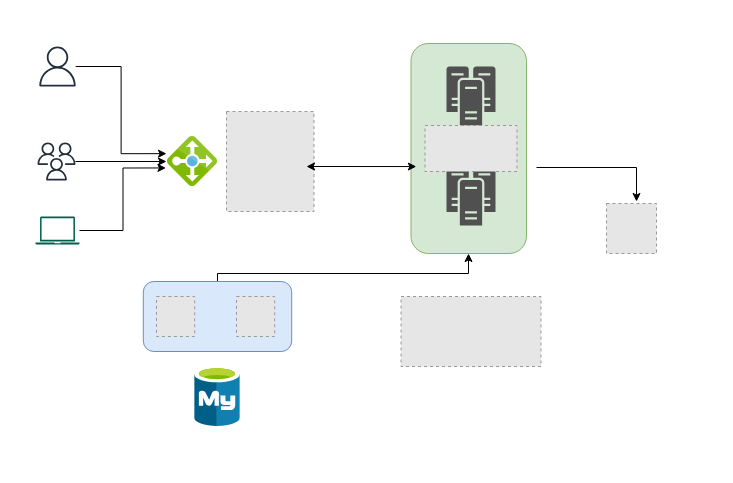
Before: basic_java.drawio in kmlhtpgl/basic_java_app, a draw.io diagram. Source tidied: cells renumbered, new cells numbered last; positions are measured from the earlier drawing's top-left corner, leaving out a move shared by most shapes. Both pictures are drawn from the tidied source at 100%, with x=0, y=0 at pixel (35, 43). Pictures stored in the file or linked from it are replaced by grey dashed boxes.
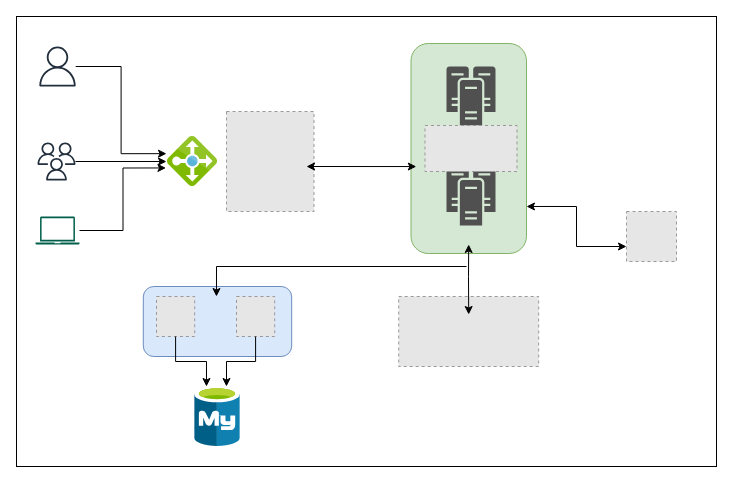
Above is the later version.

The change refers to these unchanged cells:
```xml
<mxCell id="5" style="rounded=1;whiteSpace=wrap;html=1;fillColor=#d5e8d4;strokeColor=#82b366;" parent="1" vertex="1">
  <mxGeometry x="375.5" width="115.5" height="210" as="geometry" />
</mxCell>
<mxCell id="17" style="fillColor=#E6E6E6;strokeColor=#999999;dashed=1;verticalLabelPosition=bottom;verticalAlign=top;" parent="1" vertex="1">
  <mxGeometry x="121" y="253" width="38.2" height="40" as="geometry" />
</mxCell>
<mxCell id="18" style="fillColor=#E6E6E6;strokeColor=#999999;dashed=1;verticalLabelPosition=bottom;verticalAlign=top;" parent="1" vertex="1">
  <mxGeometry x="201" y="253" width="38.2" height="40" as="geometry" />
</mxCell>
```

The edit, as a diff of the source:
```diff
@@
-    <mxCell id="2" style="edgeStyle=orthogonalEdgeStyle;rounded=0;jettySize=auto;html=1;exitX=0.5;exitY=0;exitDx=0;exitDy=0;" parent="1" edge="1" source="3" target="5">
-      <mxGeometry relative="1" as="geometry">
-        <Array as="points">
-          <mxPoint x="182" y="230" />
-          <mxPoint x="433" y="230" />
-        </Array>
-      </mxGeometry>
-    </mxCell>
     <mxCell id="3" style="rounded=1;whiteSpace=wrap;html=1;fillColor=#dae8fc;strokeColor=#6c8ebf;" parent="1" vertex="1">
-      <mxGeometry x="107.8" y="238" width="148.4" height="70" as="geometry" />
+      <mxGeometry x="107.8" y="243" width="148.4" height="70" as="geometry" />
     </mxCell>
-    <mxCell id="4" style="edgeStyle=orthogonalEdgeStyle;rounded=0;orthogonalLoop=1;jettySize=auto;html=1;" parent="1" edge="1">
-      <mxGeometry relative="1" as="geometry">
-        <mxPoint x="501" y="124" as="sourcePoint" />
-        <mxPoint x="601" y="158" as="targetPoint" />
-        <Array as="points">
-          <mxPoint x="601" y="124" />
-        </Array>
-      </mxGeometry>
-    </mxCell>
@@
     <mxCell id="15" style="fillColor=#E6E6E6;strokeColor=#999999;dashed=1;html=1;verticalAlign=top;verticalLabelPosition=bottom;labelBackgroundColor=#ffffff;" parent="1" vertex="1">
-      <mxGeometry x="571" y="160" width="50" height="50" as="geometry" />
+      <mxGeometry x="591" y="168" width="50" height="50" as="geometry" />
     </mxCell>
     <mxCell id="16" style="fillColor=#E6E6E6;strokeColor=#999999;dashed=1;verticalLabelPosition=bottom;verticalAlign=top;" parent="1" vertex="1">
-      <mxGeometry x="365.5" y="253" width="140" height="70" as="geometry" />
+      <mxGeometry x="363.2" y="253" width="140" height="70" as="geometry" />
     </mxCell>
@@
     <mxCell id="19" style="image;sketch=0;html=1;points=[];align=center;fontSize=12;image=img/lib/mscae/Azure_Database_for_MySQL_servers.svg;" parent="1" vertex="1">
-      <mxGeometry x="159.2" y="323" width="45.6" height="60" as="geometry" />
+      <mxGeometry x="159.2" y="343" width="45.6" height="60" as="geometry" />
     </mxCell>
@@
+    <mxCell id="23" style="edgeStyle=orthogonalEdgeStyle;rounded=0;jettySize=auto;html=1;exitX=0.5;exitY=1;exitDx=0;exitDy=0;entryX=0.258;entryY=0;entryDx=0;entryDy=0;entryPerimeter=0;" parent="1" edge="1" source="17" target="19">
+      <mxGeometry relative="1" as="geometry" />
+    </mxCell>
+    <mxCell id="24" style="edgeStyle=orthogonalEdgeStyle;rounded=0;jettySize=auto;html=1;exitX=0.5;exitY=1;exitDx=0;exitDy=0;entryX=0.697;entryY=0;entryDx=0;entryDy=0;entryPerimeter=0;" parent="1" edge="1" source="18" target="19">
+      <mxGeometry relative="1" as="geometry" />
+    </mxCell>
+    <mxCell id="25" style="endArrow=classic;startArrow=classic;html=1;rounded=0;exitX=1;exitY=0.776;exitDx=0;exitDy=0;exitPerimeter=0;" parent="1" edge="1" source="5">
+      <mxGeometry relative="1" as="geometry">
+        <mxPoint x="591" y="203" as="targetPoint" />
+        <Array as="points">
+          <mxPoint x="541" y="163" />
+          <mxPoint x="541" y="203" />
+        </Array>
+      </mxGeometry>
+    </mxCell>
+    <mxCell id="26" style="endArrow=classic;startArrow=classic;html=1;rounded=0;" parent="1" edge="1">
+      <mxGeometry relative="1" as="geometry">
+        <mxPoint x="433.2" y="271" as="sourcePoint" />
+        <mxPoint x="433.2" y="201" as="targetPoint" />
+        <Array as="points">
+          <mxPoint x="433" y="233" />
+        </Array>
+      </mxGeometry>
+    </mxCell>
+    <mxCell id="27" style="edgeStyle=none;jettySize=auto;html=1;rounded=0;entryX=0.493;entryY=0.143;entryDx=0;entryDy=0;entryPerimeter=0;" parent="1" edge="1" target="3">
+      <mxGeometry relative="1" as="geometry">
+        <mxPoint x="431" y="223" as="sourcePoint" />
+        <Array as="points">
+          <mxPoint x="181" y="223" />
+        </Array>
+      </mxGeometry>
+    </mxCell>
+    <mxCell id="28" style="rounded=0;whiteSpace=wrap;html=1;fillColor=none;" parent="1" vertex="1">
+      <mxGeometry x="-19" y="-27" width="700" height="450" as="geometry" />
+    </mxCell>
```
